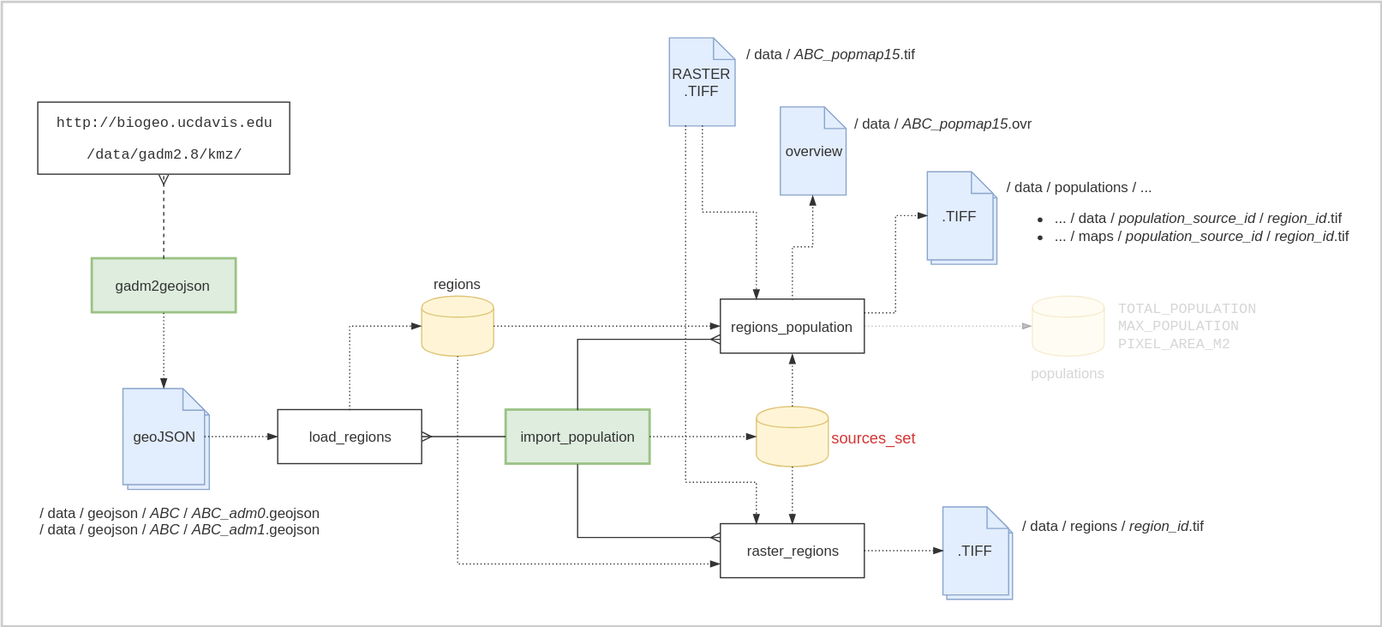
Before: scripts/population/scripts-design.svg, a diagram exported from draw.io (instedd/planwise). Source tidied: cells renumbered, new cells last; positions are measured from the earlier drawing's top-left corner, leaving out a move shared by most shapes.
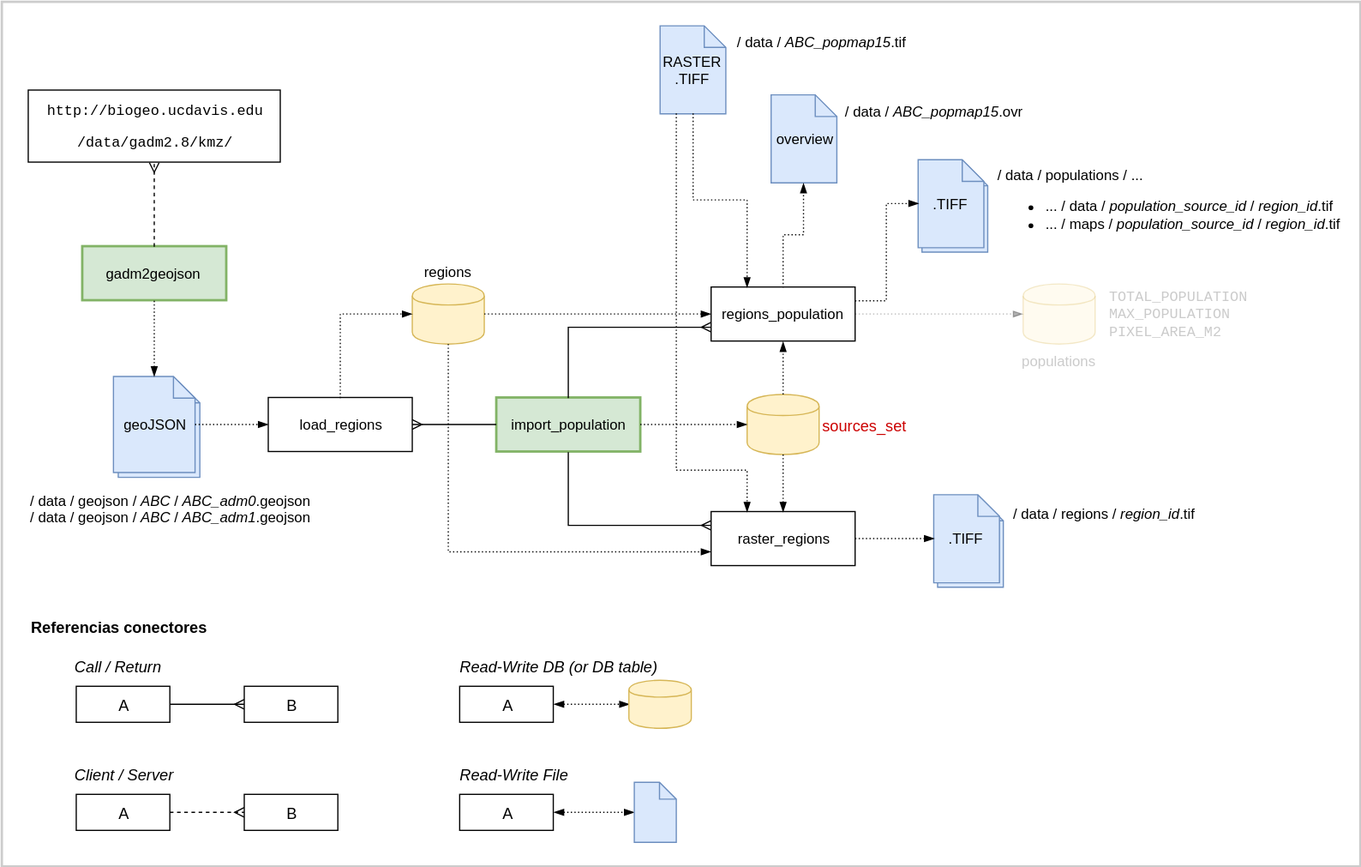
The same diagram one commit later.

Commit message:
Update diagram with references

Change to the diagram source:
```diff
@@ -2,6 +2,9 @@
   <root>
     <mxCell id="0" />
     <mxCell id="1" parent="0" />
+    <mxCell id="46" style="rounded=0;whiteSpace=wrap;html=1;strokeWidth=2;fontSize=13;fontColor=#CC0000;opacity=20;align=left;" parent="1" vertex="1">
+      <mxGeometry x="8" y="10" width="1132" height="720" as="geometry" />
+    </mxCell>
     <mxCell id="2" value="import_population" style="rounded=0;whiteSpace=wrap;html=1;fillColor=#d5e8d4;strokeColor=#82b366;strokeWidth=2;" parent="1" vertex="1">
       <mxGeometry x="420" y="339.5" width="120" height="45" as="geometry" />
     </mxCell>
@@ -139,8 +142,56 @@
     <mxCell id="45" value="&lt;div style=&quot;text-align: left&quot;&gt;/ data / regions / &lt;i&gt;region_id&lt;/i&gt;.tif&amp;nbsp;&lt;/div&gt;" style="text;html=1;strokeColor=none;fillColor=none;align=left;verticalAlign=middle;whiteSpace=wrap;rounded=0;" parent="1" vertex="1">
       <mxGeometry x="849" y="420.5" width="180" height="30" as="geometry" />
     </mxCell>
-    <mxCell id="46" style="rounded=0;whiteSpace=wrap;html=1;strokeWidth=2;fontSize=13;fontColor=#CC0000;opacity=20;align=left;" parent="1" vertex="1">
-      <mxGeometry width="1150" height="520" as="geometry" />
-    </mxCell>
+    <mxCell id="47" style="edgeStyle=orthogonalEdgeStyle;rounded=0;html=1;exitX=1;exitY=0.5;entryX=0;entryY=0.5;endArrow=ERmany;endFill=0;jettySize=auto;fontSize=13;fontColor=#000000;" parent="1" edge="1" source="48" target="49">
+      <mxGeometry relative="1" as="geometry" />
+    </mxCell>
+    <mxCell id="48" value="A" style="rounded=0;whiteSpace=wrap;html=1;strokeWidth=1;fontSize=13;fontColor=#000000;align=center;" parent="1" vertex="1">
+      <mxGeometry x="70" y="580" width="78" height="30" as="geometry" />
+    </mxCell>
+    <mxCell id="49" value="B" style="rounded=0;whiteSpace=wrap;html=1;strokeWidth=1;fontSize=13;fontColor=#000000;align=center;" parent="1" vertex="1">
+      <mxGeometry x="210" y="580" width="78" height="30" as="geometry" />
+    </mxCell>
+    <mxCell id="50" value="A" style="rounded=0;whiteSpace=wrap;html=1;strokeWidth=1;fontSize=13;fontColor=#000000;align=center;" parent="1" vertex="1">
+      <mxGeometry x="70" y="670" width="78" height="30" as="geometry" />
+    </mxCell>
+    <mxCell id="51" style="edgeStyle=orthogonalEdgeStyle;rounded=0;html=1;exitX=1;exitY=0.5;entryX=0;entryY=0.5;endArrow=ERmany;endFill=0;jettySize=auto;fontSize=13;fontColor=#000000;dashed=1;" parent="1" edge="1" source="50" target="52">
+      <mxGeometry relative="1" as="geometry" />
+    </mxCell>
+    <mxCell id="52" value="B" style="rounded=0;whiteSpace=wrap;html=1;strokeWidth=1;fontSize=13;fontColor=#000000;align=center;" parent="1" vertex="1">
+      <mxGeometry x="210" y="670" width="78" height="30" as="geometry" />
+    </mxCell>
+    <mxCell id="53" value="A" style="rounded=0;whiteSpace=wrap;html=1;strokeWidth=1;fontSize=13;fontColor=#000000;align=center;" parent="1" vertex="1">
+      <mxGeometry x="389.5" y="580" width="78" height="30" as="geometry" />
+    </mxCell>
+    <mxCell id="54" style="edgeStyle=orthogonalEdgeStyle;rounded=0;html=1;exitX=1;exitY=0.5;entryX=0;entryY=0.5;endArrow=blockThin;endFill=1;jettySize=auto;fontSize=13;fontColor=#000000;dashed=1;dashPattern=1 2;startArrow=blockThin;startFill=1;" parent="1" edge="1" source="53" target="55">
+      <mxGeometry relative="1" as="geometry" />
+    </mxCell>
+    <mxCell id="55" style="shape=cylinder;whiteSpace=wrap;html=1;boundedLbl=1;fillColor=#fff2cc;strokeColor=#d6b656;labelPosition=center;verticalLabelPosition=top;align=center;verticalAlign=bottom;" parent="1" vertex="1">
+      <mxGeometry x="530.5" y="575" width="52" height="40" as="geometry" />
+    </mxCell>
+    <mxCell id="56" style="edgeStyle=orthogonalEdgeStyle;rounded=0;html=1;exitX=1;exitY=0.5;entryX=0;entryY=0.5;dashed=1;dashPattern=1 2;endArrow=blockThin;endFill=1;jettySize=auto;fontSize=13;fontColor=#000000;startArrow=blockThin;startFill=1;" parent="1" edge="1" source="57" target="58">
+      <mxGeometry relative="1" as="geometry" />
+    </mxCell>
+    <mxCell id="57" value="A" style="rounded=0;whiteSpace=wrap;html=1;strokeWidth=1;fontSize=13;fontColor=#000000;align=center;" parent="1" vertex="1">
+      <mxGeometry x="389.5" y="670" width="78" height="30" as="geometry" />
+    </mxCell>
+    <mxCell id="58" style="shape=note;whiteSpace=wrap;html=1;size=14;fillColor=#dae8fc;strokeColor=#6c8ebf;" parent="1" vertex="1">
+      <mxGeometry x="535" y="660" width="35" height="50" as="geometry" />
+    </mxCell>
+    <mxCell id="59" value="&lt;b&gt;Referencias conectores&lt;/b&gt;" style="text;html=1;strokeColor=none;fillColor=none;align=center;verticalAlign=middle;whiteSpace=wrap;rounded=0;fontSize=13;fontColor=#000000;" parent="1" vertex="1">
+      <mxGeometry x="30" y="520" width="150" height="20" as="geometry" />
+    </mxCell>
+    <mxCell id="60" value="Call / Return" style="text;html=1;strokeColor=none;fillColor=none;align=left;verticalAlign=middle;whiteSpace=wrap;rounded=0;fontSize=13;fontColor=#000000;fontStyle=2;" parent="1" vertex="1">
+      <mxGeometry x="67" y="553" width="150" height="20" as="geometry" />
+    </mxCell>
+    <mxCell id="61" value="Client / Server" style="text;html=1;strokeColor=none;fillColor=none;align=left;verticalAlign=middle;whiteSpace=wrap;rounded=0;fontSize=13;fontColor=#000000;fontStyle=2;" parent="1" vertex="1">
+      <mxGeometry x="67" y="643.5" width="150" height="20" as="geometry" />
+    </mxCell>
+    <mxCell id="62" value="Read-Write DB (or DB table)" style="text;html=1;strokeColor=none;fillColor=none;align=left;verticalAlign=middle;whiteSpace=wrap;rounded=0;fontSize=13;fontColor=#000000;fontStyle=2;" parent="1" vertex="1">
+      <mxGeometry x="388" y="553" width="191" height="20" as="geometry" />
+    </mxCell>
+    <mxCell id="63" value="Read-Write File" style="text;html=1;strokeColor=none;fillColor=none;align=left;verticalAlign=middle;whiteSpace=wrap;rounded=0;fontSize=13;fontColor=#000000;fontStyle=2;" parent="1" vertex="1">
+      <mxGeometry x="388" y="643.5" width="191" height="20" as="geometry" />
+    </mxCell>
   </root>
 </mxGraphModel>
```
